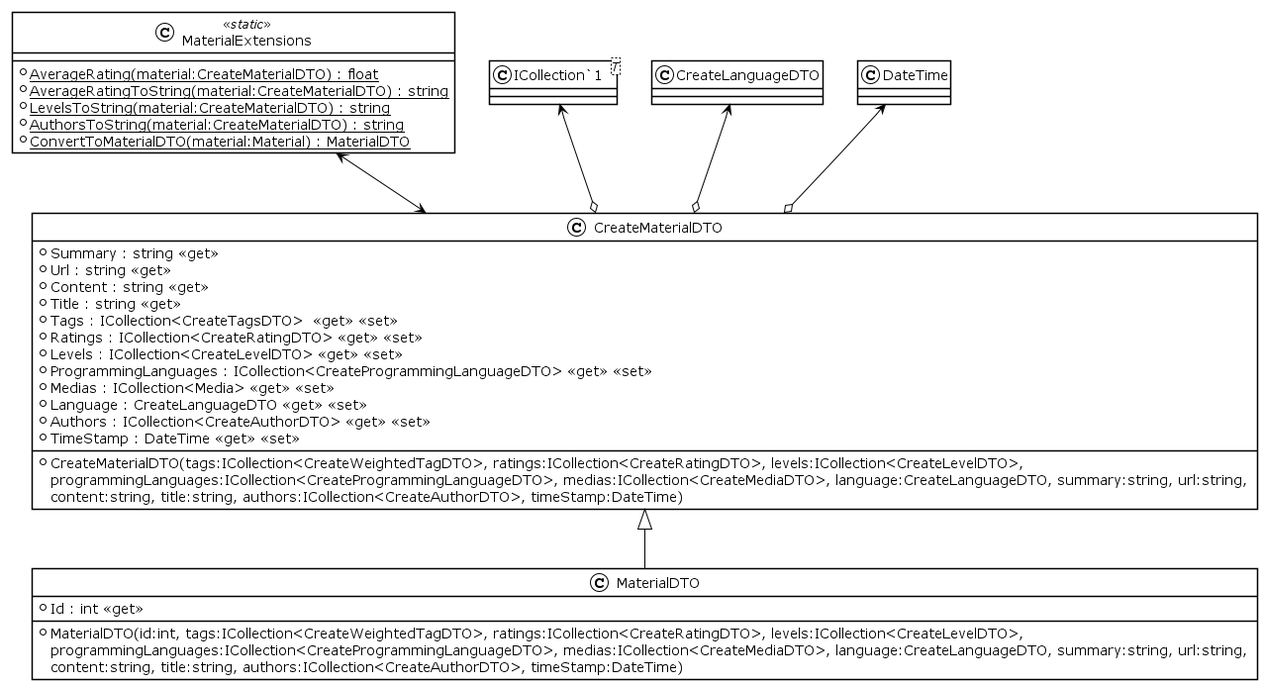
Before: Documentation/UML/Images/MaterialDTO.png, a diagram exported from PlantUML (ahja-itu/BDSA2021-FinalProject).
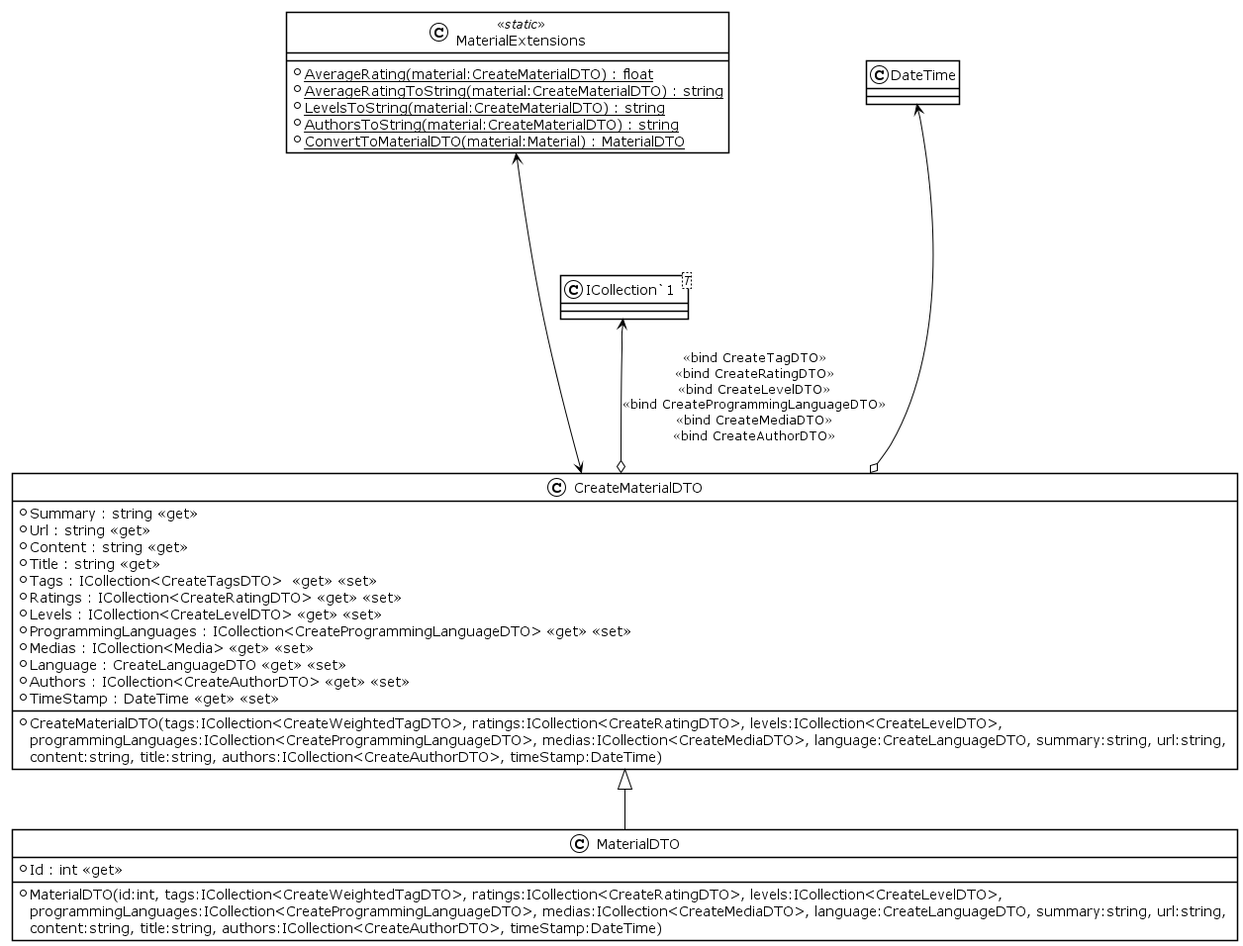
After the commit.

The edit, as a diff of the source:
```diff
@@ -31,8 +31,8 @@
 }
 
 CreateMaterialDTO <|-d- MaterialDTO
-"ICollection`1" <--o CreateMaterialDTO
-CreateLanguageDTO <--o CreateMaterialDTO
-DateTime <--o CreateMaterialDTO
-CreateMaterialDTO <-u-> MaterialExtensions
+DateTime <----o CreateMaterialDTO
+CreateMaterialDTO <-u---> MaterialExtensions
+
+"ICollection`1" <--o CreateMaterialDTO : <<bind CreateTagDTO>>\n<<bind CreateRatingDTO>>\n<<bind CreateLevelDTO>>\n<<bind CreateProgrammingLanguageDTO>>\n<<bind CreateMediaDTO>>\n<<bind CreateAuthorDTO>>
 @enduml
```
